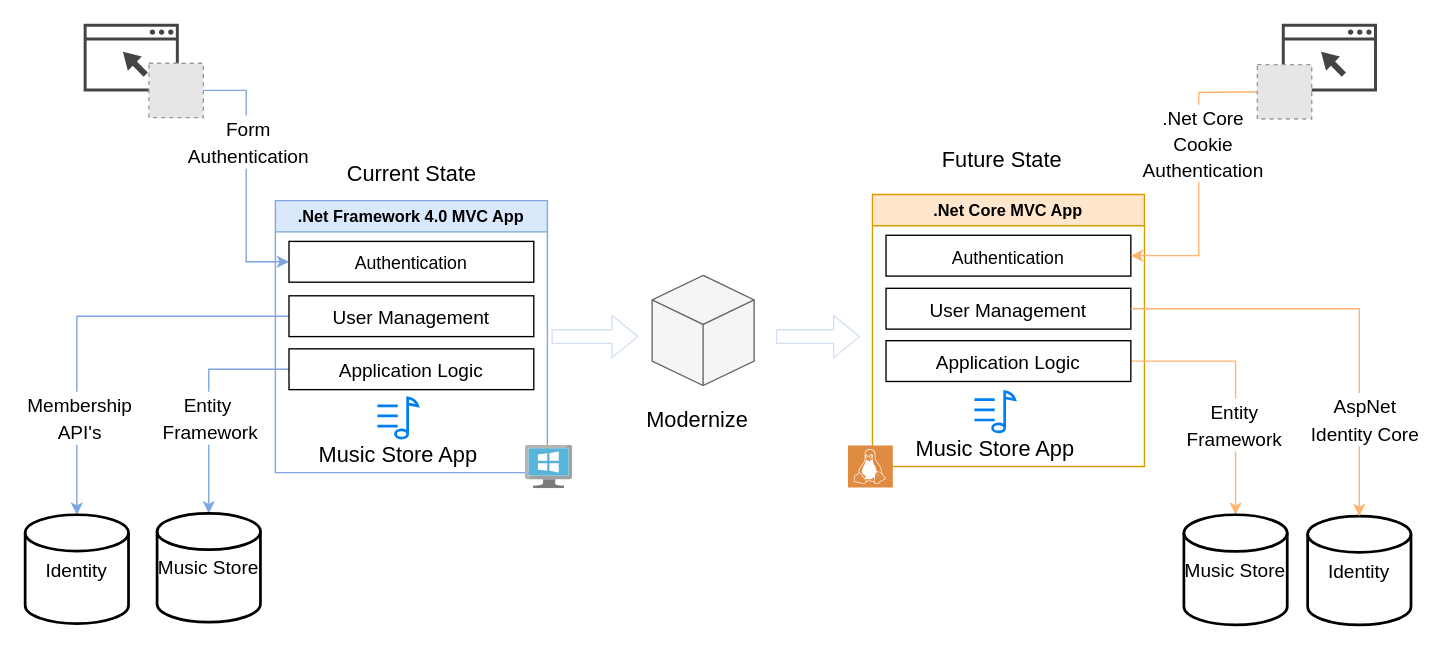
The draw.io diagram MusicStore.drawio in aws-samples/dotnet-modernization-music-store, before the edit. Source tidied: cells renumbered, new cells numbered last; positions are measured from the earlier drawing's top-left corner, leaving out a move shared by most shapes. Both pictures are drawn from the tidied source at 136%, with x=0, y=0 at pixel (24, 23). Pictures stored in the file or linked from it are replaced by grey dashed boxes.
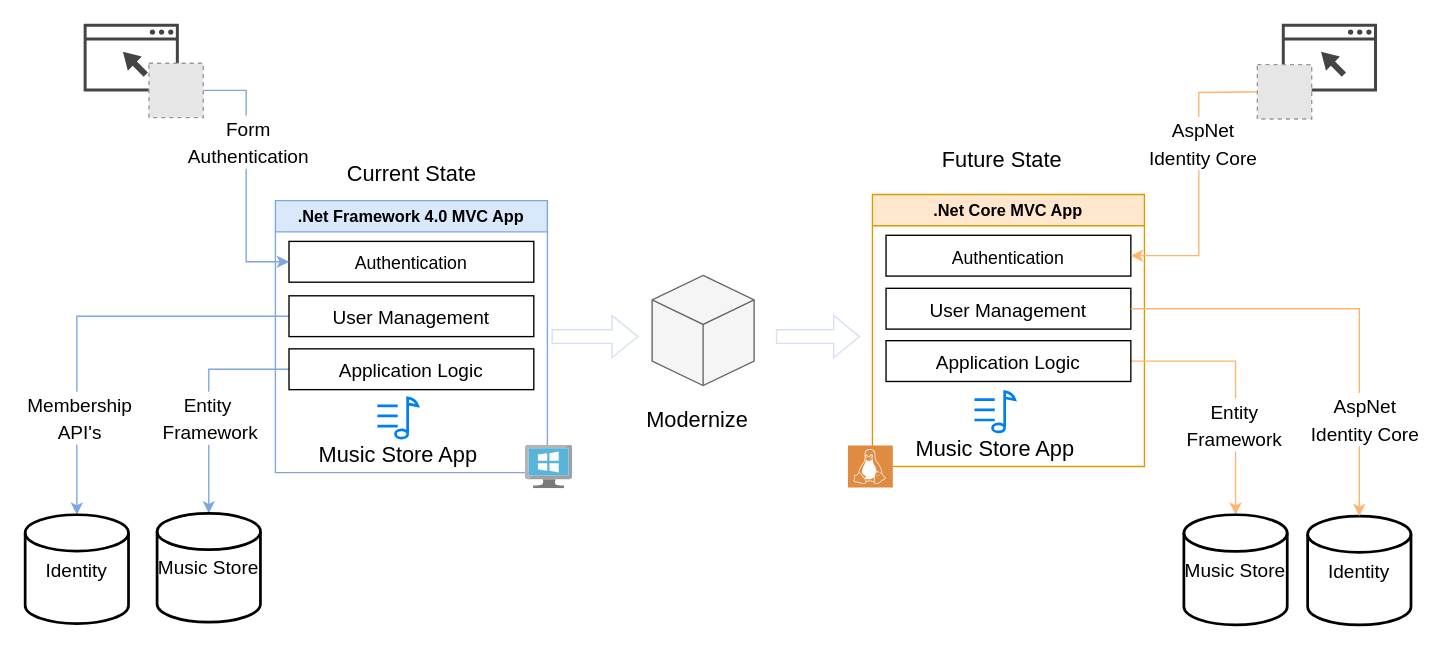
Above is the later version.

Unchanged cells that the change refers to:
```xml
<mxCell id="32" style="edgeStyle=orthogonalEdgeStyle;rounded=0;jettySize=auto;html=1;strokeColor=#FFB570;fontSize=16;fontColor=#000000;entryX=1;entryY=0.5;entryDx=0;entryDy=0;" parent="1" edge="1" target="23">
  <mxGeometry relative="1" as="geometry">
    <mxPoint x="913" y="50" as="sourcePoint" />
  </mxGeometry>
</mxCell>
```

The edit, as a diff of the source:
```diff
@@
-    <mxCell id="33" value="&lt;font style=&quot;font-size: 14px&quot;&gt;.Net Core&lt;br&gt;Cookie&lt;br&gt;Authentication&lt;/font&gt;" style="edgeLabel;html=1;align=center;verticalAlign=middle;fontSize=16;fontColor=#000000;" parent="32" vertex="1">
+    <mxCell id="33" value="&lt;span style=&quot;font-size: 14px&quot;&gt;AspNet&lt;/span&gt;&lt;br style=&quot;font-size: 14px&quot;&gt;&lt;span style=&quot;font-size: 14px&quot;&gt;Identity Core&lt;/span&gt;" style="edgeLabel;html=1;align=center;verticalAlign=middle;fontSize=16;fontColor=#000000;" parent="32" vertex="1">
       <mxGeometry x="-0.21" y="2" relative="1" as="geometry" />
     </mxCell>
```
